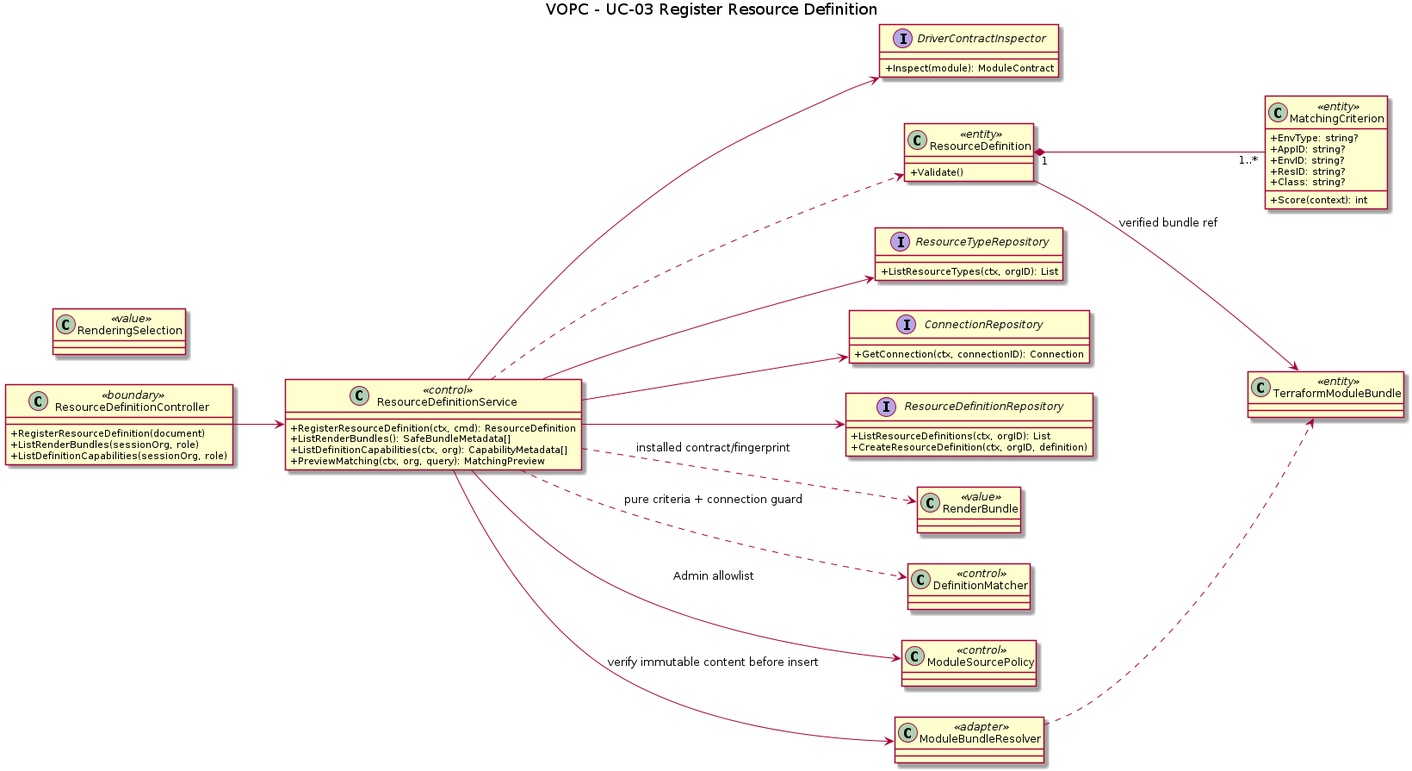
Earlier version of the PlantUML export orchestrator_docs/usecase/UC-03/vopc.png (pr3s3nt/poc). Its source is kept beside it as orchestrator_docs/usecase/UC-03/vopc.puml.
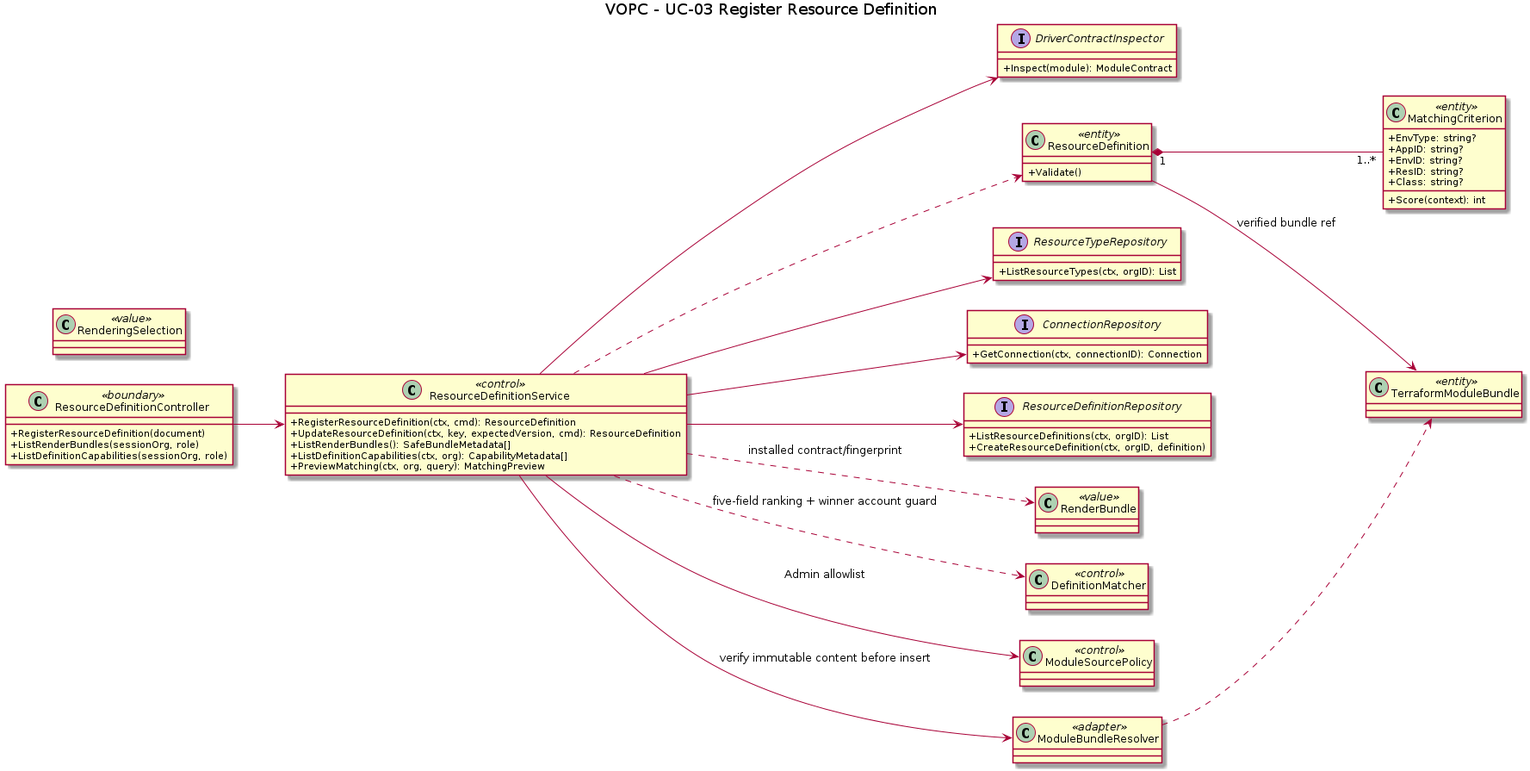
Later version of the same file.

Diff of the diagram source:
```diff
@@ -9,6 +9,7 @@
 }
 class ResourceDefinitionService <<control>> {
   +RegisterResourceDefinition(ctx, cmd): ResourceDefinition
+    +UpdateResourceDefinition(ctx, key, expectedVersion, cmd): ResourceDefinition
   +ListRenderBundles(): SafeBundleMetadata[]
   +ListDefinitionCapabilities(ctx, org): CapabilityMetadata[]
   +PreviewMatching(ctx, org, query): MatchingPreview
@@ -48,7 +49,7 @@
 class RenderingSelection <<value>>
 ResourceDefinitionService ..> RenderBundle : installed contract/fingerprint
 class DefinitionMatcher <<control>>
-ResourceDefinitionService ..> DefinitionMatcher : pure criteria + connection guard
+ResourceDefinitionService ..> DefinitionMatcher : five-field ranking + winner account guard
 class ModuleSourcePolicy <<control>>
 class ModuleBundleResolver <<adapter>>
 class TerraformModuleBundle <<entity>>
```
